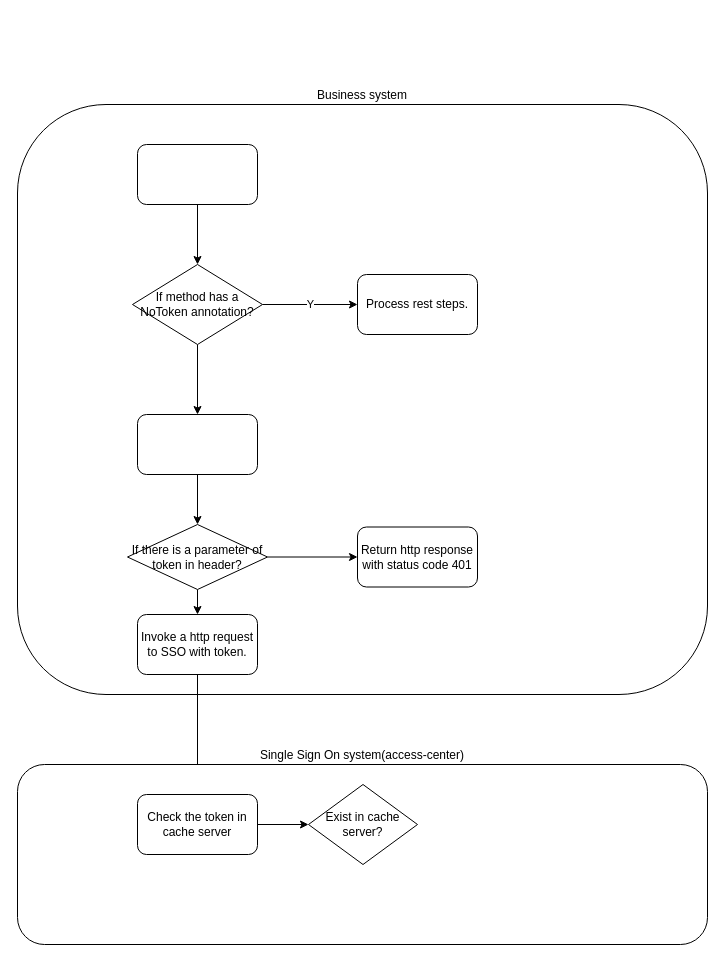
dosjia/chart keeps this draw.io diagram as Http request interceptor.drawio. Above is the earlier version. Source tidied: cells renumbered, new cells numbered last; positions are measured from the earlier drawing's top-left corner, leaving out a move shared by most shapes. Both pictures are drawn from the tidied source at 100%, with x=0, y=0 at pixel (17, 104).
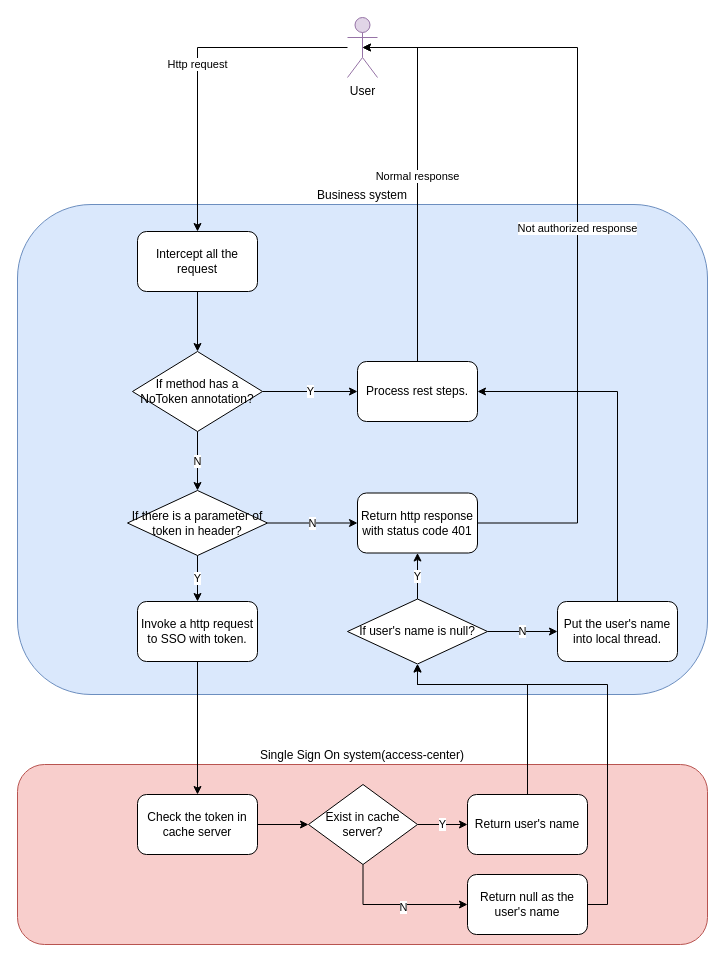
Above is the later version.

The change refers to these unchanged cells:
```xml
<mxCell id="19" value="Check the token in cache server" style="rounded=1;whiteSpace=wrap;html=1;" parent="1" vertex="1">
  <mxGeometry x="120" y="690" width="120" height="60" as="geometry" />
</mxCell>
<mxCell id="20" value="Exist in cache server?" style="rhombus;whiteSpace=wrap;html=1;" parent="1" vertex="1">
  <mxGeometry x="291" y="680" width="109" height="80" as="geometry" />
</mxCell>
```

Diff of the diagram source:
```diff
@@
-    <mxCell id="2" value="Business system" style="rounded=1;whiteSpace=wrap;html=1;labelPosition=center;verticalLabelPosition=top;align=center;verticalAlign=bottom;" parent="1" vertex="1">
-      <mxGeometry width="690" height="590" as="geometry" />
+    <mxCell id="2" value="Business system" style="rounded=1;whiteSpace=wrap;html=1;labelPosition=center;verticalLabelPosition=top;align=center;verticalAlign=bottom;fillColor=#dae8fc;strokeColor=#6c8ebf;" parent="1" vertex="1">
+      <mxGeometry y="100" width="690" height="490" as="geometry" />
     </mxCell>
@@
-    <mxCell id="4" style="rounded=1;whiteSpace=wrap;html=1;" parent="1" vertex="1">
-      <mxGeometry x="120" y="40" width="120" height="60" as="geometry" />
+    <mxCell id="4" value="Intercept all the request" style="rounded=1;whiteSpace=wrap;html=1;" parent="1" vertex="1">
+      <mxGeometry x="120" y="127" width="120" height="60" as="geometry" />
     </mxCell>
@@
-    <mxCell id="6" style="edgeStyle=orthogonalEdgeStyle;rounded=0;jettySize=auto;html=1;exitX=0.5;exitY=1;exitDx=0;exitDy=0;entryX=0.5;entryY=0;entryDx=0;entryDy=0;" parent="1" edge="1" source="7" target="10">
+    <mxCell id="6" value="N" style="edgeStyle=orthogonalEdgeStyle;rounded=0;jettySize=auto;html=1;exitX=0.5;exitY=1;exitDx=0;exitDy=0;" parent="1" edge="1" source="7" target="13">
       <mxGeometry relative="1" as="geometry" />
     </mxCell>
     <mxCell id="7" value="If method has a NoToken annotation? " style="rhombus;whiteSpace=wrap;html=1;" parent="1" vertex="1">
-      <mxGeometry x="115" y="160" width="130" height="80" as="geometry" />
+      <mxGeometry x="115" y="247" width="130" height="80" as="geometry" />
     </mxCell>
+    <mxCell id="21" value="Normal response" style="edgeStyle=orthogonalEdgeStyle;rounded=0;jettySize=auto;html=1;exitX=0.5;exitY=0;exitDx=0;exitDy=0;entryX=0.5;entryY=0.5;entryDx=0;entryDy=0;entryPerimeter=0;" parent="1" edge="1" source="8" target="27">
+      <mxGeometry relative="1" as="geometry">
+        <Array as="points">
+          <mxPoint x="400" y="-57" />
+        </Array>
+      </mxGeometry>
+    </mxCell>
     <mxCell id="8" value="Process rest steps." style="rounded=1;whiteSpace=wrap;html=1;" parent="1" vertex="1">
-      <mxGeometry x="340" y="170" width="120" height="60" as="geometry" />
+      <mxGeometry x="340" y="257" width="120" height="60" as="geometry" />
     </mxCell>
-    <mxCell id="9" style="edgeStyle=orthogonalEdgeStyle;rounded=0;jettySize=auto;html=1;" parent="1" edge="1" source="10" target="13">
-      <mxGeometry relative="1" as="geometry" />
-    </mxCell>
-    <mxCell id="10" style="rounded=1;whiteSpace=wrap;html=1;" parent="1" vertex="1">
-      <mxGeometry x="120" y="310" width="120" height="60" as="geometry" />
-    </mxCell>
-    <mxCell id="11" style="edgeStyle=orthogonalEdgeStyle;rounded=0;jettySize=auto;html=1;exitX=1;exitY=0.5;exitDx=0;exitDy=0;entryX=0;entryY=0.5;entryDx=0;entryDy=0;" parent="1" edge="1" source="13" target="14">
+    <mxCell id="11" value="N" style="edgeStyle=orthogonalEdgeStyle;rounded=0;jettySize=auto;html=1;exitX=1;exitY=0.5;exitDx=0;exitDy=0;entryX=0;entryY=0.5;entryDx=0;entryDy=0;" parent="1" edge="1" source="13" target="14">
       <mxGeometry relative="1" as="geometry" />
     </mxCell>
-    <mxCell id="12" style="edgeStyle=orthogonalEdgeStyle;rounded=0;jettySize=auto;html=1;exitX=0.5;exitY=1;exitDx=0;exitDy=0;entryX=0.5;entryY=0;entryDx=0;entryDy=0;" parent="1" edge="1" source="13" target="16">
+    <mxCell id="12" value="Y" style="edgeStyle=orthogonalEdgeStyle;rounded=0;jettySize=auto;html=1;exitX=0.5;exitY=1;exitDx=0;exitDy=0;entryX=0.5;entryY=0;entryDx=0;entryDy=0;" parent="1" edge="1" source="13" target="16">
       <mxGeometry relative="1" as="geometry" />
     </mxCell>
     <mxCell id="13" value="If there is a parameter of token in header?" style="rhombus;whiteSpace=wrap;html=1;" parent="1" vertex="1">
-      <mxGeometry x="110" y="420" width="140" height="65" as="geometry" />
+      <mxGeometry x="110" y="386" width="140" height="65" as="geometry" />
     </mxCell>
+    <mxCell id="22" value="Not authorized response" style="edgeStyle=orthogonalEdgeStyle;rounded=0;jettySize=auto;html=1;exitX=1;exitY=0.5;exitDx=0;exitDy=0;entryX=0.5;entryY=0.5;entryDx=0;entryDy=0;entryPerimeter=0;" parent="1" edge="1" source="14" target="27">
+      <mxGeometry relative="1" as="geometry">
+        <Array as="points">
+          <mxPoint x="560" y="419" />
+          <mxPoint x="560" y="-57" />
+        </Array>
+      </mxGeometry>
+    </mxCell>
     <mxCell id="14" value="Return http response with status code 401" style="rounded=1;whiteSpace=wrap;html=1;" parent="1" vertex="1">
-      <mxGeometry x="340" y="422.5" width="120" height="60" as="geometry" />
+      <mxGeometry x="340" y="388.5" width="120" height="60" as="geometry" />
     </mxCell>
-    <mxCell id="15" style="edgeStyle=orthogonalEdgeStyle;rounded=0;jettySize=auto;html=1;exitX=0.5;exitY=1;exitDx=0;exitDy=0;" parent="1" edge="1" source="16" target="19">
-      <mxGeometry relative="1" as="geometry" />
-    </mxCell>
     <mxCell id="16" value="Invoke a http request to SSO with token." style="rounded=1;whiteSpace=wrap;html=1;" parent="1" vertex="1">
-      <mxGeometry x="120" y="510" width="120" height="60" as="geometry" />
+      <mxGeometry x="120" y="497" width="120" height="60" as="geometry" />
     </mxCell>
-    <mxCell id="17" value="Single Sign On system(access-center)" style="rounded=1;whiteSpace=wrap;html=1;labelPosition=center;verticalLabelPosition=top;align=center;verticalAlign=bottom;" parent="1" vertex="1">
+    <mxCell id="17" value="Single Sign On system(access-center)" style="rounded=1;whiteSpace=wrap;html=1;labelPosition=center;verticalLabelPosition=top;align=center;verticalAlign=bottom;fillColor=#f8cecc;strokeColor=#b85450;" parent="1" vertex="1">
       <mxGeometry y="660" width="690" height="180" as="geometry" />
     </mxCell>
@@
+    <mxCell id="23" value="Y" style="edgeStyle=orthogonalEdgeStyle;rounded=0;jettySize=auto;html=1;exitX=1;exitY=0.5;exitDx=0;exitDy=0;entryX=0;entryY=0.5;entryDx=0;entryDy=0;" parent="1" edge="1" source="20" target="29">
+      <mxGeometry relative="1" as="geometry" />
+    </mxCell>
+    <mxCell id="24" style="edgeStyle=orthogonalEdgeStyle;rounded=0;jettySize=auto;html=1;exitX=0.5;exitY=1;exitDx=0;exitDy=0;entryX=0;entryY=0.5;entryDx=0;entryDy=0;" parent="1" edge="1" source="20" target="36">
+      <mxGeometry relative="1" as="geometry" />
+    </mxCell>
+    <mxCell id="25" value="N" style="edgeLabel;html=1;align=center;verticalAlign=middle;" parent="24" vertex="1">
+      <mxGeometry x="0.11" y="-2" relative="1" as="geometry" />
+    </mxCell>
@@
+    <mxCell id="26" value="Http request" style="edgeStyle=orthogonalEdgeStyle;rounded=0;jettySize=auto;html=1;entryX=0.5;entryY=0;entryDx=0;entryDy=0;" parent="1" edge="1" source="27" target="4">
+      <mxGeometry relative="1" as="geometry" />
+    </mxCell>
+    <mxCell id="27" value="User" style="shape=umlActor;verticalLabelPosition=bottom;verticalAlign=top;html=1;outlineConnect=0;fillColor=#e1d5e7;strokeColor=#9673a6;" parent="1" vertex="1">
+      <mxGeometry x="330" y="-87" width="30" height="60" as="geometry" />
+    </mxCell>
+    <mxCell id="28" style="edgeStyle=orthogonalEdgeStyle;rounded=0;jettySize=auto;html=1;entryX=0.5;entryY=1;entryDx=0;entryDy=0;" parent="1" edge="1" source="29" target="32">
+      <mxGeometry relative="1" as="geometry">
+        <Array as="points">
+          <mxPoint x="510" y="580" />
+          <mxPoint x="400" y="580" />
+        </Array>
+      </mxGeometry>
+    </mxCell>
+    <mxCell id="29" value="Return user's name" style="rounded=1;whiteSpace=wrap;html=1;" parent="1" vertex="1">
+      <mxGeometry x="450" y="690" width="120" height="60" as="geometry" />
+    </mxCell>
+    <mxCell id="15" style="edgeStyle=orthogonalEdgeStyle;rounded=0;jettySize=auto;html=1;exitX=0.5;exitY=1;exitDx=0;exitDy=0;" parent="1" edge="1" source="16">
+      <mxGeometry relative="1" as="geometry">
+        <mxPoint x="180" y="690" as="targetPoint" />
+      </mxGeometry>
+    </mxCell>
+    <mxCell id="30" value="Y" style="edgeStyle=orthogonalEdgeStyle;rounded=0;jettySize=auto;html=1;exitX=0.5;exitY=0;exitDx=0;exitDy=0;" parent="1" edge="1" source="32" target="14">
+      <mxGeometry relative="1" as="geometry" />
+    </mxCell>
+    <mxCell id="31" value="N" style="edgeStyle=orthogonalEdgeStyle;rounded=0;jettySize=auto;html=1;exitX=1;exitY=0.5;exitDx=0;exitDy=0;" parent="1" edge="1" source="32" target="34">
+      <mxGeometry relative="1" as="geometry" />
+    </mxCell>
+    <mxCell id="32" value="If user's name is null?" style="rhombus;whiteSpace=wrap;html=1;" parent="1" vertex="1">
+      <mxGeometry x="330" y="494.5" width="140" height="65" as="geometry" />
+    </mxCell>
+    <mxCell id="33" style="edgeStyle=orthogonalEdgeStyle;rounded=0;jettySize=auto;html=1;exitX=0.5;exitY=0;exitDx=0;exitDy=0;entryX=1;entryY=0.5;entryDx=0;entryDy=0;" parent="1" edge="1" source="34" target="8">
+      <mxGeometry relative="1" as="geometry" />
+    </mxCell>
+    <mxCell id="34" value="Put the user's name into local thread." style="rounded=1;whiteSpace=wrap;html=1;" parent="1" vertex="1">
+      <mxGeometry x="540" y="497" width="120" height="60" as="geometry" />
+    </mxCell>
+    <mxCell id="35" style="edgeStyle=orthogonalEdgeStyle;rounded=0;jettySize=auto;html=1;exitX=1;exitY=0.5;exitDx=0;exitDy=0;entryX=0.5;entryY=1;entryDx=0;entryDy=0;" parent="1" edge="1" source="36" target="32">
+      <mxGeometry relative="1" as="geometry">
+        <Array as="points">
+          <mxPoint x="590" y="800" />
+          <mxPoint x="590" y="580" />
+          <mxPoint x="400" y="580" />
+        </Array>
+      </mxGeometry>
+    </mxCell>
+    <mxCell id="36" value="Return null as the user's name" style="rounded=1;whiteSpace=wrap;html=1;" parent="1" vertex="1">
+      <mxGeometry x="450" y="770" width="120" height="60" as="geometry" />
+    </mxCell>
```
